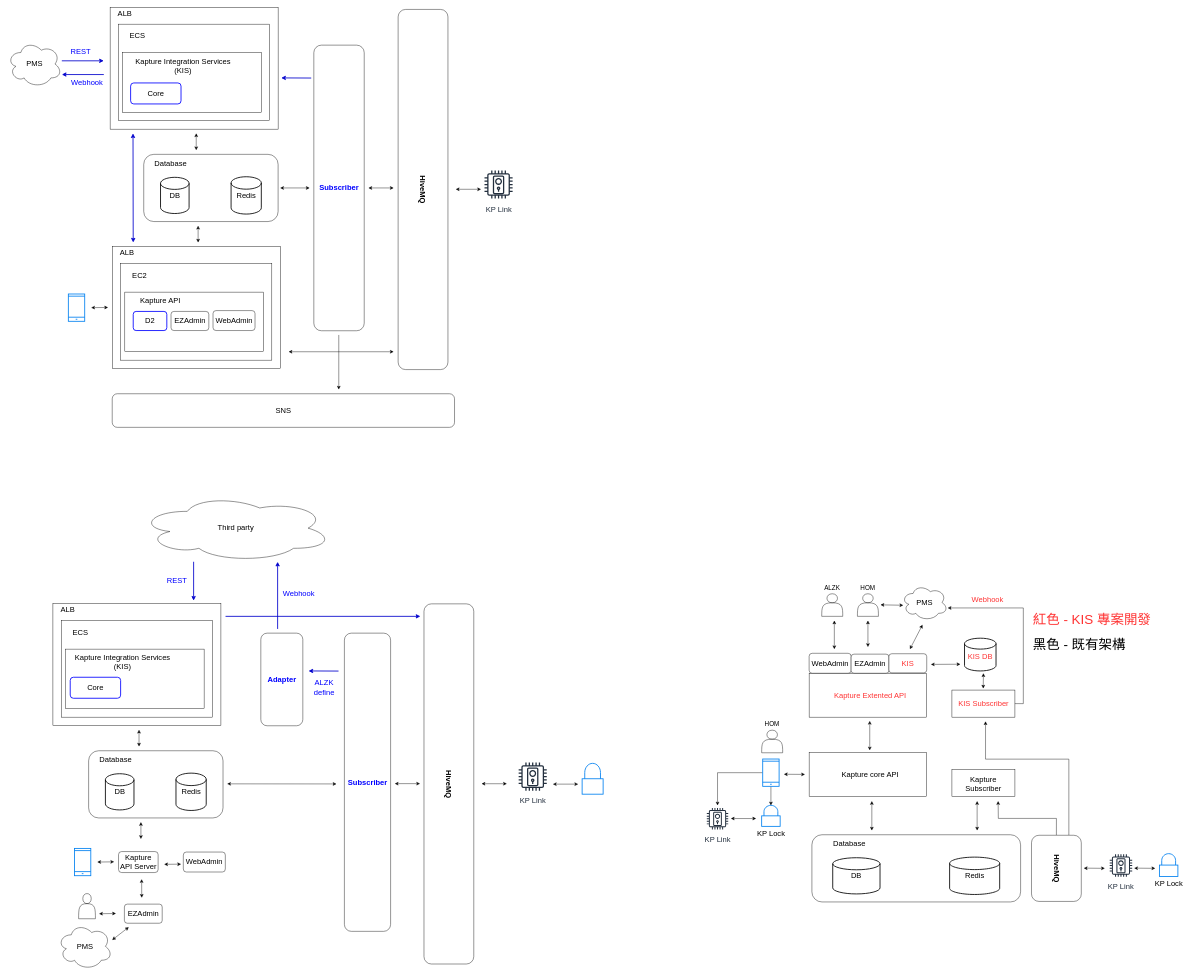
kevin3747118/ALZK keeps this draw.io diagram as KaptureIntegrationService.drawio. Above is the earlier version. Source tidied: cells renumbered, new cells numbered last; positions are measured from the earlier drawing's top-left corner, leaving out a move shared by most shapes. Both pictures are drawn from the tidied source at 42%, with x=0, y=0 at pixel (7, 7).
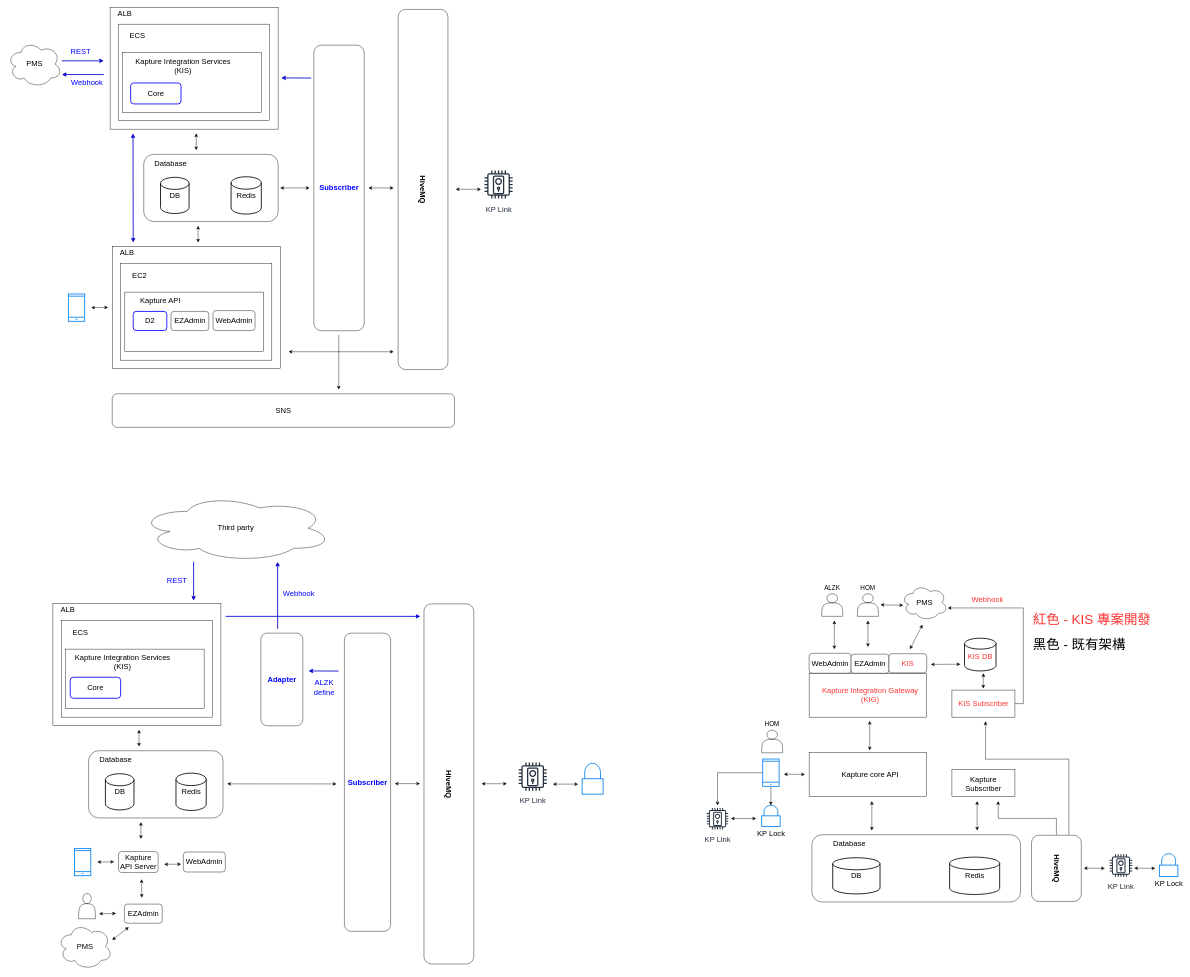
The same diagram, later.

What changed in the source:
```diff
@@
-    <mxCell id="86" value="&lt;font style=&quot;font-size: 18px&quot;&gt;&lt;font color=&quot;#ff3333&quot;&gt;Kapture Extented API&lt;/font&gt;&lt;br&gt;&lt;/font&gt;" style="text;html=1;strokeColor=none;fillColor=none;align=center;verticalAlign=middle;whiteSpace=wrap;rounded=0;" parent="1" vertex="1">
+    <mxCell id="86" value="&lt;font style=&quot;font-size: 18px&quot;&gt;&lt;font color=&quot;#ff3333&quot;&gt;Kapture Integration Gateway (KIG)&lt;/font&gt;&lt;br&gt;&lt;/font&gt;" style="text;html=1;strokeColor=none;fillColor=none;align=center;verticalAlign=middle;whiteSpace=wrap;rounded=0;" parent="1" vertex="1">
       <mxGeometry x="1928.8" y="1617.8" width="250.5" height="40" as="geometry" />
     </mxCell>
```
